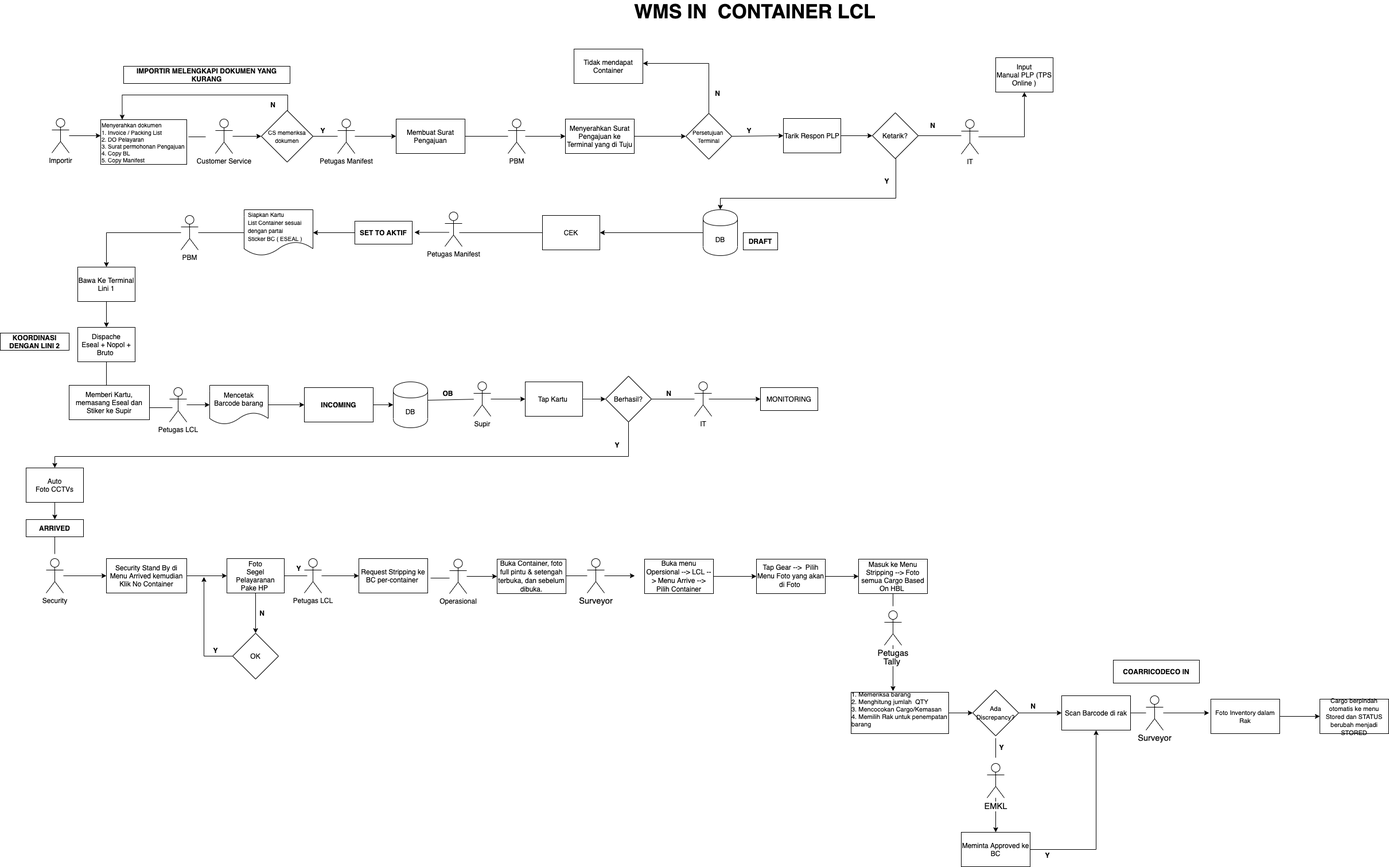
Earlier version of the draw.io export img/lclkoja.png (sftmm/User-Manual). Source tidied: cells renumbered, new cells last; positions are measured from the earlier drawing's top-left corner, leaving out a move shared by most shapes.
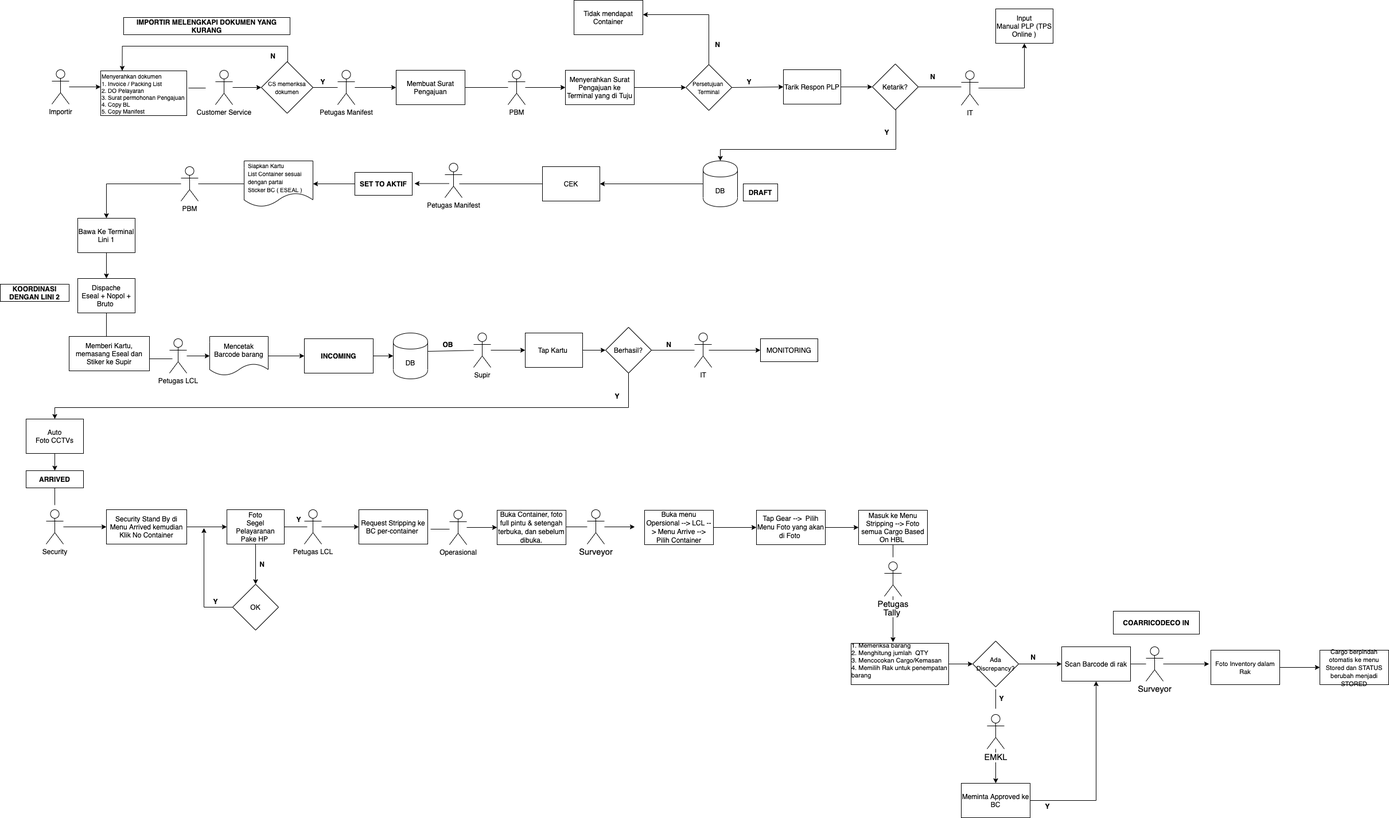
Later version of the same file.

Diff of the diagram source:
```diff
@@ -152,9 +152,6 @@
     <mxCell id="42" value="IT" style="shape=umlActor;verticalLabelPosition=bottom;labelBackgroundColor=#ffffff;verticalAlign=top;html=1;outlineConnect=0;" parent="1" vertex="1">
       <mxGeometry x="1675" y="208" width="30" height="60" as="geometry" />
     </mxCell>
-    <mxCell id="43" value="&lt;b&gt;&lt;font style=&quot;font-size: 34px&quot;&gt;WMS IN&amp;nbsp; CONTAINER LCL&lt;/font&gt;&lt;/b&gt;" style="text;html=1;align=center;verticalAlign=middle;fontSize=23;" parent="1" vertex="1">
-      <mxGeometry x="1095" width="440" height="40" as="geometry" />
-    </mxCell>
     <mxCell id="44" value="&lt;b&gt;DRAFT&lt;/b&gt;" style="rounded=0;whiteSpace=wrap;html=1;" parent="1" vertex="1">
       <mxGeometry x="1295" y="405" width="60" height="30" as="geometry" />
     </mxCell>
```
